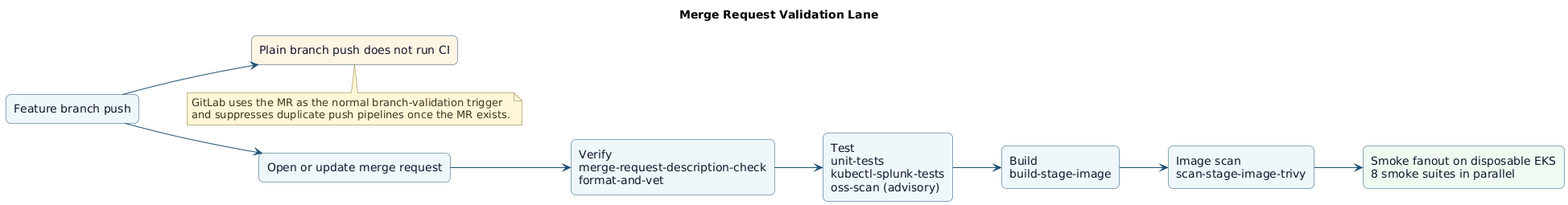
splunk/splunk-operator keeps this PlantUML diagram as gitlab-ci/diagrams/merge-request-lane.png. Above is the earlier version.
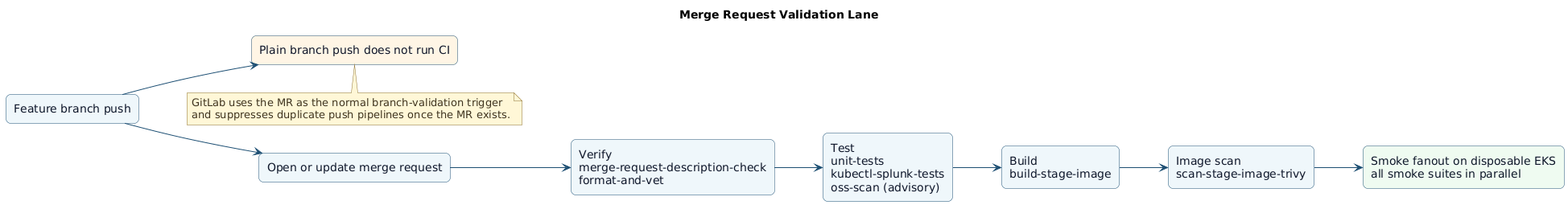
Later version of the same file.

What changed in the source:
```diff
@@ -24,7 +24,7 @@
 rectangle "Test\nunit-tests\nkubectl-splunk-tests\noss-scan (advisory)" as test
 rectangle "Build\nbuild-stage-image" as build
 rectangle "Image scan\nscan-stage-image-trivy" as scan
-rectangle "Smoke fanout on disposable EKS\n8 smoke suites in parallel" as smoke #eefbf1
+rectangle "Smoke fanout on disposable EKS\nall smoke suites in parallel" as smoke #eefbf1
 
 push --> no_push
 push --> mr
```
